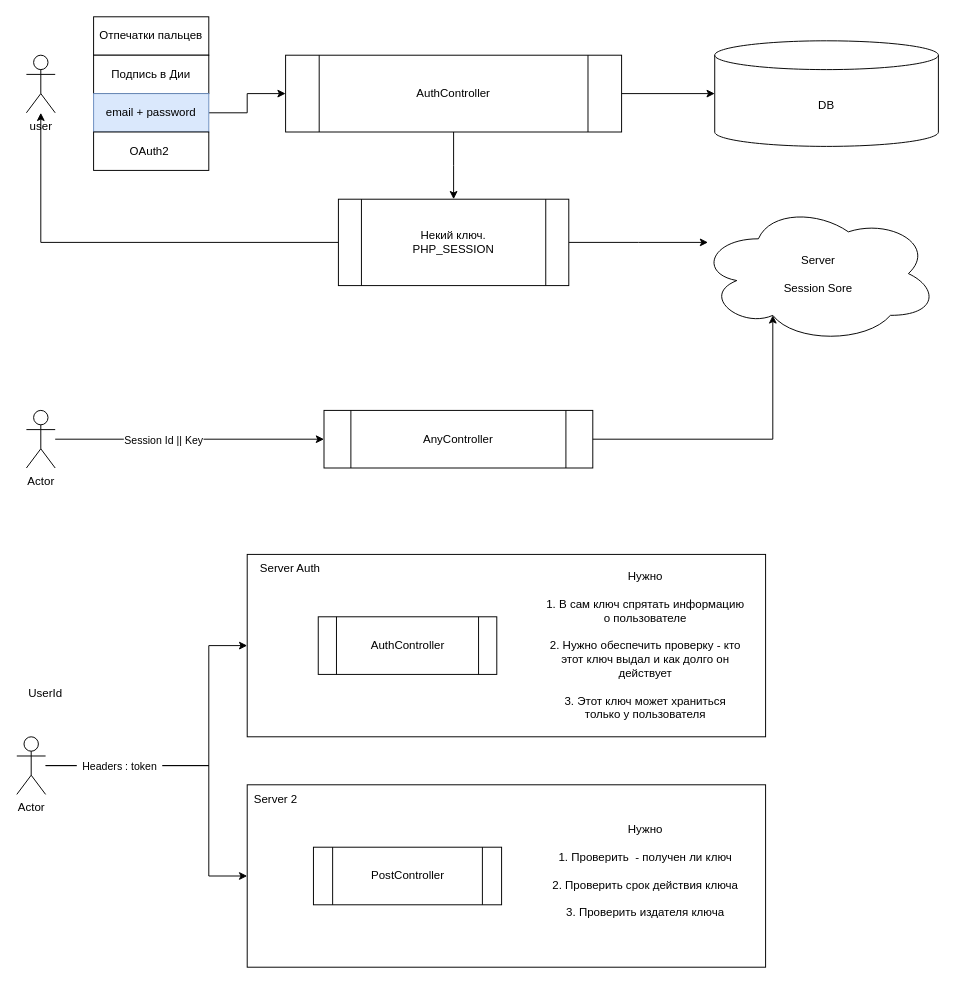
The draw.io diagram page "Сторінка-7" (7 of 10) of Diagrams/azure.drawio in ninydev/pv111, before the edit. Source tidied: cells renumbered, new cells numbered last; positions are measured from the earlier drawing's top-left corner, leaving out a move shared by most shapes. Both pictures are drawn from the tidied source at 96%, with x=0, y=0 at pixel (16, 16).
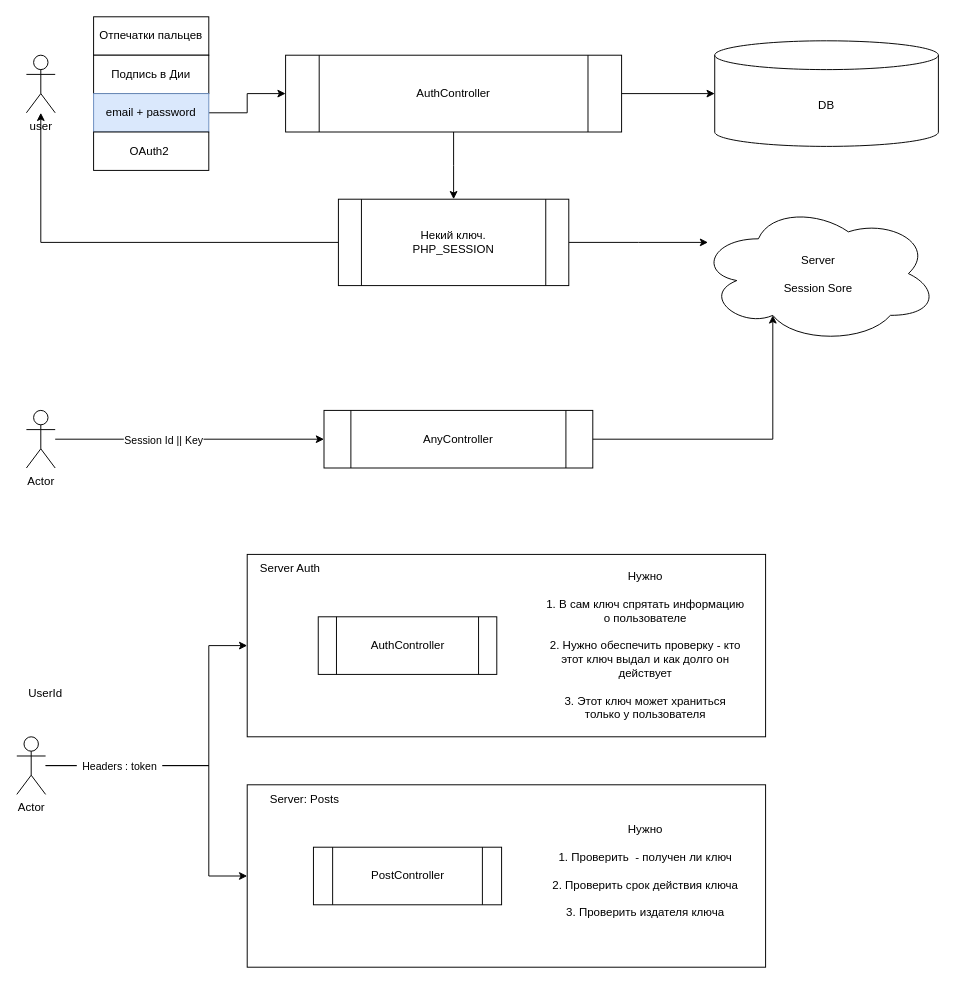
After the change.

Change to the diagram source:
```diff
@@
-    <mxCell id="28" value="Server 2" style="text;html=1;strokeColor=none;fillColor=none;align=center;verticalAlign=middle;whiteSpace=wrap;rounded=0;" parent="1" vertex="1">
-      <mxGeometry x="240" y="800" width="60" height="30" as="geometry" />
+    <mxCell id="28" value="Server: Posts" style="text;html=1;strokeColor=none;fillColor=none;align=center;verticalAlign=middle;whiteSpace=wrap;rounded=0;" parent="1" vertex="1">
+      <mxGeometry x="240" y="800" width="120" height="30" as="geometry" />
     </mxCell>
```
